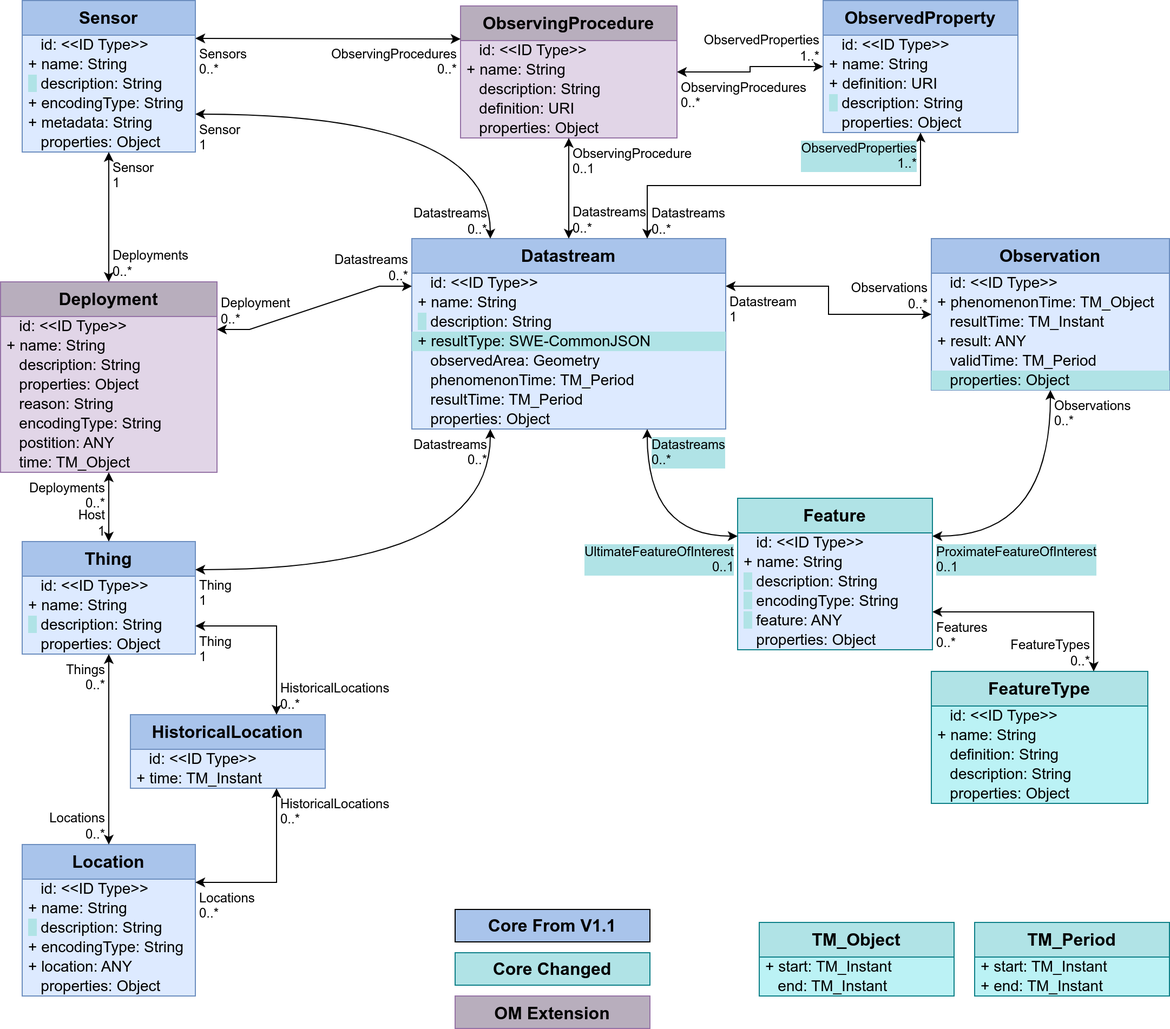
Before: figures/Datamodel-SensorThingsApi-V2-proposal-1-OM.drawio.png, a diagram exported from draw.io (opengeospatial/sensorthings). Source tidied: cells renumbered, new cells last; positions are measured from the earlier drawing's top-left corner, leaving out a move shared by most shapes.
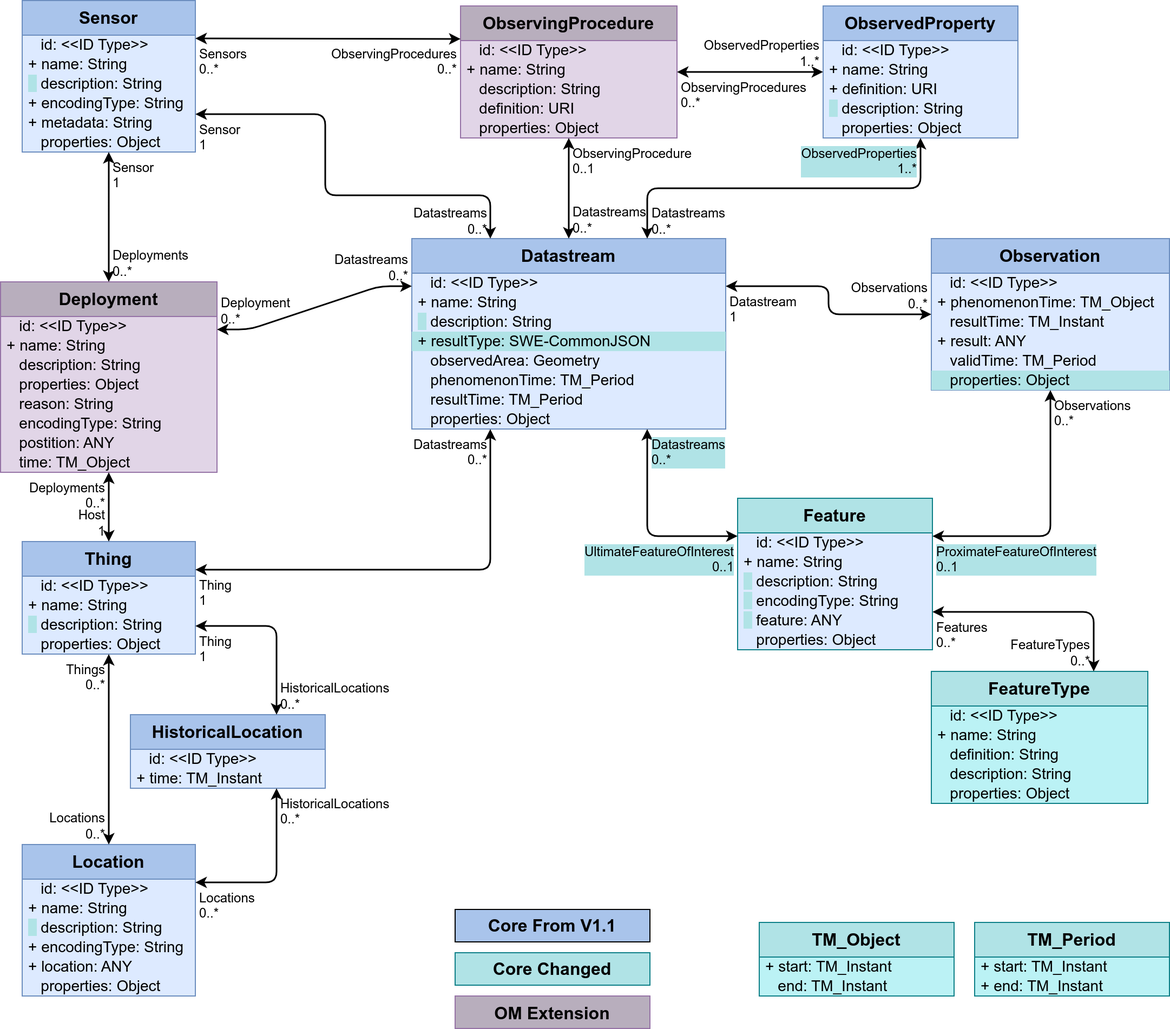
After the change.

What changed in the source:
```diff
@@ -77,7 +77,7 @@
     <mxCell id="26" value="&amp;nbsp;&amp;nbsp;&amp;nbsp;properties: Object" style="text;strokeColor=none;fillColor=none;align=left;verticalAlign=middle;spacingLeft=4;spacingRight=4;overflow=visible;html=1;fontSize=14;" parent="20" vertex="1">
       <mxGeometry y="122" width="180" height="18" as="geometry" />
     </mxCell>
-    <mxCell id="27" style="endArrow=classic;startArrow=classic;html=1;rounded=0;exitX=0;exitY=0.25;exitDx=0;exitDy=0;edgeStyle=orthogonalEdgeStyle;entryX=0.75;entryY=1;entryDx=0;entryDy=0;curved=1;" parent="1" edge="1" source="20" target="2">
+    <mxCell id="27" style="endArrow=classic;startArrow=classic;html=1;rounded=1;exitX=0;exitY=0.25;exitDx=0;exitDy=0;edgeStyle=orthogonalEdgeStyle;entryX=0.75;entryY=1;entryDx=0;entryDy=0;curved=0;strokeWidth=1.5;" parent="1" edge="1" source="20" target="2">
       <mxGeometry relative="1" as="geometry" />
     </mxCell>
     <mxCell id="28" value="UltimateFeatureOfInterest&lt;br&gt;0..1" style="edgeLabel;html=1;align=right;verticalAlign=top;labelBackgroundColor=#B0E3E6;fontSize=12;spacingLeft=1;spacing=3;spacingRight=2;" parent="27" vertex="1">
@@ -104,7 +104,7 @@
     <mxCell id="35" value="&amp;nbsp;&amp;nbsp;&amp;nbsp;properties: Object" style="text;strokeColor=none;fillColor=none;align=left;verticalAlign=middle;spacingLeft=4;spacingRight=4;overflow=visible;html=1;fontSize=14;" parent="30" vertex="1">
       <mxGeometry y="104" width="200" height="18" as="geometry" />
     </mxCell>
-    <mxCell id="36" style="endArrow=classic;startArrow=classic;html=1;rounded=0;edgeStyle=orthogonalEdgeStyle;entryX=1;entryY=0.75;entryDx=0;entryDy=0;exitX=0.75;exitY=0;exitDx=0;exitDy=0;" parent="1" edge="1" source="30" target="20">
+    <mxCell id="36" style="endArrow=classic;startArrow=classic;html=1;rounded=1;edgeStyle=orthogonalEdgeStyle;entryX=1;entryY=0.75;entryDx=0;entryDy=0;exitX=0.75;exitY=0;exitDx=0;exitDy=0;strokeWidth=1.5;curved=0;" parent="1" edge="1" source="30" target="20">
       <mxGeometry relative="1" as="geometry" />
     </mxCell>
     <mxCell id="37" value="FeatureTypes&lt;br&gt;0..*" style="edgeLabel;html=1;align=right;verticalAlign=bottom;labelBackgroundColor=none;fontSize=12;spacingLeft=1;spacing=3;spacingRight=2;" parent="36" vertex="1">
@@ -143,7 +143,7 @@
     <mxCell id="48" value="&amp;nbsp;&amp;nbsp;&amp;nbsp;properties: Object" style="text;strokeColor=none;fillColor=none;align=left;verticalAlign=middle;spacingLeft=4;spacingRight=4;overflow=visible;html=1;fontSize=14;" parent="42" vertex="1">
       <mxGeometry y="122" width="160" height="18" as="geometry" />
     </mxCell>
-    <mxCell id="49" style="endArrow=classic;startArrow=classic;html=1;rounded=0;entryX=0.75;entryY=1;entryDx=0;entryDy=0;edgeStyle=orthogonalEdgeStyle;exitX=1;exitY=0.25;exitDx=0;exitDy=0;" parent="1" edge="1" source="42" target="39">
+    <mxCell id="49" style="endArrow=classic;startArrow=classic;html=1;rounded=1;entryX=0.75;entryY=1;entryDx=0;entryDy=0;edgeStyle=orthogonalEdgeStyle;exitX=1;exitY=0.25;exitDx=0;exitDy=0;strokeWidth=1.5;curved=0;" parent="1" edge="1" source="42" target="39">
       <mxGeometry relative="1" as="geometry" />
     </mxCell>
     <mxCell id="50" value="Locations&lt;br&gt;0..*" style="edgeLabel;html=1;align=left;verticalAlign=top;labelBackgroundColor=none;fontSize=12;spacingLeft=1;spacing=3;spacingRight=2;" parent="49" vertex="1">
@@ -173,7 +173,7 @@
     <mxCell id="58" value="&amp;nbsp;&amp;nbsp;&amp;nbsp;properties: Object" style="text;strokeColor=none;fillColor=#b0e3e6;align=left;verticalAlign=middle;spacingLeft=4;spacingRight=4;overflow=visible;html=1;fontSize=14;" parent="52" vertex="1">
       <mxGeometry y="122" width="220" height="18" as="geometry" />
     </mxCell>
-    <mxCell id="59" style="endArrow=classic;startArrow=classic;html=1;rounded=0;exitX=0;exitY=0.5;exitDx=0;exitDy=0;entryX=1;entryY=0.25;entryDx=0;entryDy=0;edgeStyle=orthogonalEdgeStyle;" parent="1" edge="1" source="52" target="2">
+    <mxCell id="59" style="endArrow=classic;startArrow=classic;html=1;rounded=1;exitX=0;exitY=0.5;exitDx=0;exitDy=0;entryX=1;entryY=0.25;entryDx=0;entryDy=0;edgeStyle=orthogonalEdgeStyle;strokeWidth=1.5;curved=0;" parent="1" edge="1" source="52" target="2">
       <mxGeometry relative="1" as="geometry" />
     </mxCell>
     <mxCell id="60" value="Observations&lt;br&gt;0..*" style="edgeLabel;html=1;align=right;verticalAlign=bottom;labelBackgroundColor=none;fontSize=12;spacingLeft=1;spacing=3;spacingRight=2;" parent="59" vertex="1">
@@ -182,7 +182,7 @@
     <mxCell id="61" value="Datastream&lt;br&gt;1" style="edgeLabel;html=1;align=left;verticalAlign=top;labelBackgroundColor=none;fontSize=12;spacingLeft=1;spacing=3;spacingRight=2;" parent="59" vertex="1">
       <mxGeometry x="1" relative="1" as="geometry" />
     </mxCell>
-    <mxCell id="62" style="endArrow=classic;startArrow=classic;html=1;rounded=0;exitX=0.5;exitY=1;exitDx=0;exitDy=0;edgeStyle=orthogonalEdgeStyle;entryX=1;entryY=0.25;entryDx=0;entryDy=0;curved=1;" parent="1" edge="1" source="52" target="20">
+    <mxCell id="62" style="endArrow=classic;startArrow=classic;html=1;rounded=1;exitX=0.5;exitY=1;exitDx=0;exitDy=0;edgeStyle=orthogonalEdgeStyle;entryX=1;entryY=0.25;entryDx=0;entryDy=0;curved=0;strokeWidth=1.5;" parent="1" edge="1" source="52" target="20">
       <mxGeometry relative="1" as="geometry" />
     </mxCell>
     <mxCell id="63" value="Observations&lt;br&gt;0..*" style="edgeLabel;html=1;align=left;verticalAlign=top;labelBackgroundColor=none;fontSize=12;spacingLeft=1;spacing=3;spacingRight=2;" parent="62" vertex="1">
@@ -192,7 +192,7 @@
       <mxGeometry x="1" relative="1" as="geometry" />
     </mxCell>
     <mxCell id="65" value="ObservedProperty" style="swimlane;fontStyle=1;horizontal=1;startSize=32;fontSize=16;whiteSpace=wrap;html=1;fillColor=#A9C4EB;strokeColor=#6c8ebf;swimlaneFillColor=#DDEAFF;verticalAlign=top;" parent="1" vertex="1">
-      <mxGeometry x="760" width="180" height="122" as="geometry" />
+      <mxGeometry x="760" y="5" width="180" height="122" as="geometry" />
     </mxCell>
     <mxCell id="66" value="&amp;nbsp;&amp;nbsp;&amp;nbsp;id: &amp;lt;&amp;lt;ID Type&amp;gt;&amp;gt;" style="text;strokeColor=none;fillColor=none;align=left;verticalAlign=middle;spacingLeft=4;spacingRight=4;overflow=visible;html=1;fontSize=14;" parent="65" vertex="1">
       <mxGeometry y="32" width="180" height="18" as="geometry" />
@@ -209,7 +209,7 @@
     <mxCell id="70" value="&amp;nbsp;&amp;nbsp;&amp;nbsp;properties: Object" style="text;strokeColor=none;fillColor=none;align=left;verticalAlign=middle;spacingLeft=4;spacingRight=4;overflow=visible;html=1;fontSize=14;" parent="65" vertex="1">
       <mxGeometry y="104" width="180" height="18" as="geometry" />
     </mxCell>
-    <mxCell id="71" style="endArrow=classic;startArrow=classic;html=1;rounded=0;edgeStyle=orthogonalEdgeStyle;entryX=0.75;entryY=0;entryDx=0;entryDy=0;exitX=0.5;exitY=1;exitDx=0;exitDy=0;" parent="1" edge="1" source="65" target="2">
+    <mxCell id="71" style="endArrow=classic;startArrow=classic;html=1;rounded=1;edgeStyle=orthogonalEdgeStyle;entryX=0.75;entryY=0;entryDx=0;entryDy=0;exitX=0.5;exitY=1;exitDx=0;exitDy=0;strokeWidth=1.5;curved=0;" parent="1" edge="1" source="65" target="2">
       <mxGeometry relative="1" as="geometry" />
     </mxCell>
     <mxCell id="72" value="ObservedProperties&lt;br&gt;1..*" style="edgeLabel;html=1;align=right;verticalAlign=top;labelBackgroundColor=#B0E3E6;fontSize=12;spacingLeft=1;spacing=3;spacingRight=2;" parent="71" vertex="1">
@@ -236,7 +236,7 @@
     <mxCell id="79" value="&amp;nbsp;&amp;nbsp;&amp;nbsp;properties: Object" style="text;strokeColor=none;fillColor=none;align=left;verticalAlign=middle;spacingLeft=4;spacingRight=4;overflow=visible;html=1;fontSize=14;" parent="74" vertex="1">
       <mxGeometry y="104" width="200" height="18" as="geometry" />
     </mxCell>
-    <mxCell id="80" style="endArrow=classic;startArrow=classic;html=1;rounded=0;noEdgeStyle=1;entryX=0.5;entryY=0;entryDx=0;entryDy=0;exitX=0.5;exitY=1;exitDx=0;exitDy=0;" parent="1" edge="1" source="74" target="2">
+    <mxCell id="80" style="endArrow=classic;startArrow=classic;html=1;rounded=1;noEdgeStyle=1;entryX=0.5;entryY=0;entryDx=0;entryDy=0;exitX=0.5;exitY=1;exitDx=0;exitDy=0;strokeWidth=1.5;curved=0;" parent="1" edge="1" source="74" target="2">
       <mxGeometry relative="1" as="geometry" />
     </mxCell>
     <mxCell id="81" value="ObservingProcedure&lt;br&gt;0..1" style="edgeLabel;html=1;align=left;verticalAlign=top;labelBackgroundColor=none;fontSize=12;spacingLeft=1;spacing=3;spacingRight=2;" parent="80" vertex="1">
@@ -266,8 +266,14 @@
     <mxCell id="89" value="&amp;nbsp;&amp;nbsp;&amp;nbsp;properties: Object" style="text;strokeColor=none;fillColor=none;align=left;verticalAlign=middle;spacingLeft=4;spacingRight=4;overflow=visible;html=1;fontSize=14;" parent="83" vertex="1">
       <mxGeometry y="122" width="160" height="18" as="geometry" />
     </mxCell>
-    <mxCell id="90" style="endArrow=classic;startArrow=classic;html=1;rounded=0;entryX=0.25;entryY=0;entryDx=0;entryDy=0;edgeStyle=orthogonalEdgeStyle;exitX=1;exitY=0.75;exitDx=0;exitDy=0;curved=1;" parent="1" edge="1" source="83" target="2">
-      <mxGeometry relative="1" as="geometry" />
+    <mxCell id="90" style="endArrow=classic;startArrow=classic;html=1;rounded=1;entryX=0.25;entryY=0;entryDx=0;entryDy=0;edgeStyle=orthogonalEdgeStyle;exitX=1;exitY=0.75;exitDx=0;exitDy=0;strokeWidth=1.5;" parent="1" edge="1" source="83" target="2">
+      <mxGeometry relative="1" as="geometry">
+        <Array as="points">
+          <mxPoint x="300" y="105" />
+          <mxPoint x="300" y="180" />
+          <mxPoint x="453" y="180" />
+        </Array>
+      </mxGeometry>
     </mxCell>
     <mxCell id="91" value="Sensor&lt;br&gt;1" style="edgeLabel;html=1;align=left;verticalAlign=top;labelBackgroundColor=none;fontSize=12;spacingLeft=1;spacing=3;spacingRight=2;" parent="90" vertex="1">
       <mxGeometry x="-1" relative="1" as="geometry" />
@@ -275,7 +281,7 @@
     <mxCell id="92" value="Datastreams&lt;br&gt;0..*" style="edgeLabel;html=1;align=right;verticalAlign=bottom;labelBackgroundColor=none;fontSize=12;spacingLeft=1;spacing=3;spacingRight=2;" parent="90" vertex="1">
       <mxGeometry x="1" relative="1" as="geometry" />
     </mxCell>
-    <mxCell id="93" style="endArrow=classic;startArrow=classic;html=1;rounded=0;noEdgeStyle=1;" parent="1" edge="1" source="83" target="11">
+    <mxCell id="93" style="endArrow=classic;startArrow=classic;html=1;rounded=1;noEdgeStyle=1;strokeWidth=1.5;curved=0;" parent="1" edge="1" source="83" target="11">
       <mxGeometry relative="1" as="geometry" />
     </mxCell>
     <mxCell id="94" value="Sensor&lt;br&gt;1" style="edgeLabel;html=1;align=left;verticalAlign=top;labelBackgroundColor=none;fontSize=12;spacingLeft=1;spacing=3;spacingRight=2;" parent="93" vertex="1">
@@ -284,7 +290,7 @@
     <mxCell id="95" value="Deployments&lt;br&gt;0..*" style="edgeLabel;html=1;align=left;verticalAlign=bottom;labelBackgroundColor=none;fontSize=12;spacingLeft=1;spacing=3;spacingRight=2;" parent="93" vertex="1">
       <mxGeometry x="1" relative="1" as="geometry" />
     </mxCell>
-    <mxCell id="96" style="endArrow=classic;startArrow=classic;html=1;rounded=0;exitX=1;exitY=0.25;exitDx=0;exitDy=0;entryX=0;entryY=0.25;entryDx=0;entryDy=0;" parent="1" edge="1" source="83" target="74">
+    <mxCell id="96" style="endArrow=classic;startArrow=classic;html=1;rounded=1;exitX=1;exitY=0.25;exitDx=0;exitDy=0;entryX=0;entryY=0.25;entryDx=0;entryDy=0;strokeWidth=1.5;curved=0;" parent="1" edge="1" source="83" target="74">
       <mxGeometry relative="1" as="geometry" />
     </mxCell>
     <mxCell id="97" value="Sensors&lt;br&gt;0..*" style="edgeLabel;html=1;align=left;verticalAlign=top;labelBackgroundColor=none;fontSize=12;spacingLeft=1;spacing=3;spacingRight=2;" parent="96" vertex="1">
@@ -308,7 +314,7 @@
     <mxCell id="103" value="&amp;nbsp;&amp;nbsp;&amp;nbsp;properties: Object" style="text;strokeColor=none;fillColor=none;align=left;verticalAlign=middle;spacingLeft=4;spacingRight=4;overflow=visible;html=1;fontSize=14;" parent="99" vertex="1">
       <mxGeometry y="86" width="160" height="18" as="geometry" />
     </mxCell>
-    <mxCell id="104" style="endArrow=classic;startArrow=classic;html=1;rounded=0;noEdgeStyle=1;" parent="1" edge="1" source="99" target="11">
+    <mxCell id="104" style="endArrow=classic;startArrow=classic;html=1;rounded=1;noEdgeStyle=1;strokeWidth=1.5;curved=0;" parent="1" edge="1" source="99" target="11">
       <mxGeometry relative="1" as="geometry" />
     </mxCell>
     <mxCell id="105" value="Host&lt;br&gt;1" style="edgeLabel;html=1;align=right;verticalAlign=bottom;labelBackgroundColor=none;fontSize=12;spacingLeft=1;spacing=3;spacingRight=2;" parent="104" vertex="1">
@@ -317,7 +323,7 @@
     <mxCell id="106" value="Deployments&lt;br&gt;0..*" style="edgeLabel;html=1;align=right;verticalAlign=top;labelBackgroundColor=none;fontSize=12;spacingLeft=1;spacing=3;spacingRight=2;" parent="104" vertex="1">
       <mxGeometry x="1" relative="1" as="geometry" />
     </mxCell>
-    <mxCell id="107" style="endArrow=classic;startArrow=classic;html=1;rounded=0;exitX=1;exitY=0.75;exitDx=0;exitDy=0;edgeStyle=orthogonalEdgeStyle;entryX=0.75;entryY=0;entryDx=0;entryDy=0;" parent="1" edge="1" source="99" target="39">
+    <mxCell id="107" style="endArrow=classic;startArrow=classic;html=1;rounded=1;exitX=1;exitY=0.75;exitDx=0;exitDy=0;edgeStyle=orthogonalEdgeStyle;entryX=0.75;entryY=0;entryDx=0;entryDy=0;strokeWidth=1.5;curved=0;" parent="1" edge="1" source="99" target="39">
       <mxGeometry relative="1" as="geometry" />
     </mxCell>
     <mxCell id="108" value="Thing&lt;br&gt;1" style="edgeLabel;html=1;align=left;verticalAlign=top;labelBackgroundColor=none;fontSize=12;spacingLeft=1;spacing=3;spacingRight=2;" parent="107" vertex="1">
@@ -326,7 +332,7 @@
     <mxCell id="109" value="HistoricalLocations&lt;br&gt;0..*" style="edgeLabel;html=1;align=left;verticalAlign=bottom;labelBackgroundColor=none;fontSize=12;spacingLeft=1;spacing=3;spacingRight=2;" parent="107" vertex="1">
       <mxGeometry x="1" relative="1" as="geometry" />
     </mxCell>
-    <mxCell id="110" style="endArrow=classic;startArrow=classic;html=1;rounded=0;noEdgeStyle=1;entryX=0.5;entryY=0;entryDx=0;entryDy=0;exitX=0.5;exitY=1;exitDx=0;exitDy=0;" parent="1" edge="1" source="99" target="42">
+    <mxCell id="110" style="endArrow=classic;startArrow=classic;html=1;rounded=1;noEdgeStyle=1;entryX=0.5;entryY=0;entryDx=0;entryDy=0;exitX=0.5;exitY=1;exitDx=0;exitDy=0;strokeWidth=1.5;curved=0;" parent="1" edge="1" source="99" target="42">
       <mxGeometry relative="1" as="geometry" />
     </mxCell>
     <mxCell id="111" value="Things&lt;br&gt;0..*" style="edgeLabel;html=1;align=right;verticalAlign=top;labelBackgroundColor=none;fontSize=12;spacingLeft=1;spacing=3;spacingRight=2;" parent="110" vertex="1">
@@ -335,7 +341,7 @@
     <mxCell id="112" value="Locations&lt;br&gt;0..*" style="edgeLabel;html=1;align=right;verticalAlign=bottom;labelBackgroundColor=none;fontSize=12;spacingLeft=1;spacing=3;spacingRight=2;" parent="110" vertex="1">
       <mxGeometry x="1" relative="1" as="geometry" />
     </mxCell>
-    <mxCell id="113" style="endArrow=classic;startArrow=classic;html=1;rounded=0;edgeStyle=orthogonalEdgeStyle;entryX=0.25;entryY=1;entryDx=0;entryDy=0;exitX=1;exitY=0.25;exitDx=0;exitDy=0;curved=1;" parent="1" edge="1" source="99" target="2">
+    <mxCell id="113" style="endArrow=classic;startArrow=classic;html=1;rounded=1;edgeStyle=orthogonalEdgeStyle;entryX=0.25;entryY=1;entryDx=0;entryDy=0;exitX=1;exitY=0.25;exitDx=0;exitDy=0;curved=0;strokeWidth=1.5;" parent="1" edge="1" source="99" target="2">
       <mxGeometry relative="1" as="geometry" />
     </mxCell>
     <mxCell id="114" value="Thing&lt;br&gt;1" style="edgeLabel;html=1;align=left;verticalAlign=top;labelBackgroundColor=none;fontSize=12;spacingLeft=1;spacing=3;spacingRight=2;" parent="113" vertex="1">
@@ -362,7 +368,7 @@
     <mxCell id="121" value="&amp;nbsp;&amp;nbsp;&amp;nbsp;end: TM_Instant" style="text;strokeColor=none;fillColor=none;align=left;verticalAlign=middle;spacingLeft=4;spacingRight=4;overflow=visible;html=1;fontSize=14;" parent="119" vertex="1">
       <mxGeometry y="50" width="180" height="18" as="geometry" />
     </mxCell>
-    <mxCell id="122" style="endArrow=classic;startArrow=classic;html=1;rounded=0;exitX=1;exitY=0.25;exitDx=0;exitDy=0;entryX=0;entryY=0.25;entryDx=0;entryDy=0;edgeStyle=entityRelationEdgeStyle;" parent="1" edge="1" source="11" target="2">
+    <mxCell id="122" style="endArrow=classic;startArrow=classic;html=1;rounded=1;exitX=1;exitY=0.25;exitDx=0;exitDy=0;entryX=0;entryY=0.25;entryDx=0;entryDy=0;edgeStyle=entityRelationEdgeStyle;strokeWidth=1.5;curved=0;" parent="1" edge="1" source="11" target="2">
       <mxGeometry relative="1" as="geometry" />
     </mxCell>
     <mxCell id="123" value="Deployment&lt;br&gt;0..*" style="edgeLabel;html=1;align=left;verticalAlign=bottom;labelBackgroundColor=none;fontSize=12;spacingLeft=1;spacing=3;spacingRight=2;" parent="122" vertex="1">
@@ -377,7 +383,7 @@
     <mxCell id="126" value="Core From V1.1" style="rounded=0;whiteSpace=wrap;html=1;labelBackgroundColor=none;fillColor=#A9C4EB;strokeColor=default;fontStyle=1;fontSize=16;" parent="1" vertex="1">
       <mxGeometry x="420" y="840" width="180" height="30" as="geometry" />
     </mxCell>
-    <mxCell id="127" style="endArrow=classic;startArrow=classic;html=1;rounded=0;edgeStyle=orthogonalEdgeStyle;entryX=1;entryY=0.5;entryDx=0;entryDy=0;exitX=0;exitY=0.5;exitDx=0;exitDy=0;" parent="1" edge="1" source="65" target="74">
+    <mxCell id="127" style="endArrow=classic;startArrow=classic;html=1;rounded=1;edgeStyle=orthogonalEdgeStyle;entryX=1;entryY=0.5;entryDx=0;entryDy=0;exitX=0;exitY=0.5;exitDx=0;exitDy=0;strokeWidth=1.5;curved=0;" parent="1" edge="1" source="65" target="74">
       <mxGeometry relative="1" as="geometry" />
     </mxCell>
     <mxCell id="128" value="ObservedProperties&lt;br&gt;1..*" style="edgeLabel;html=1;align=right;verticalAlign=bottom;labelBackgroundColor=none;fontSize=12;spacingLeft=1;spacing=3;spacingRight=2;" parent="127" vertex="1">
```
